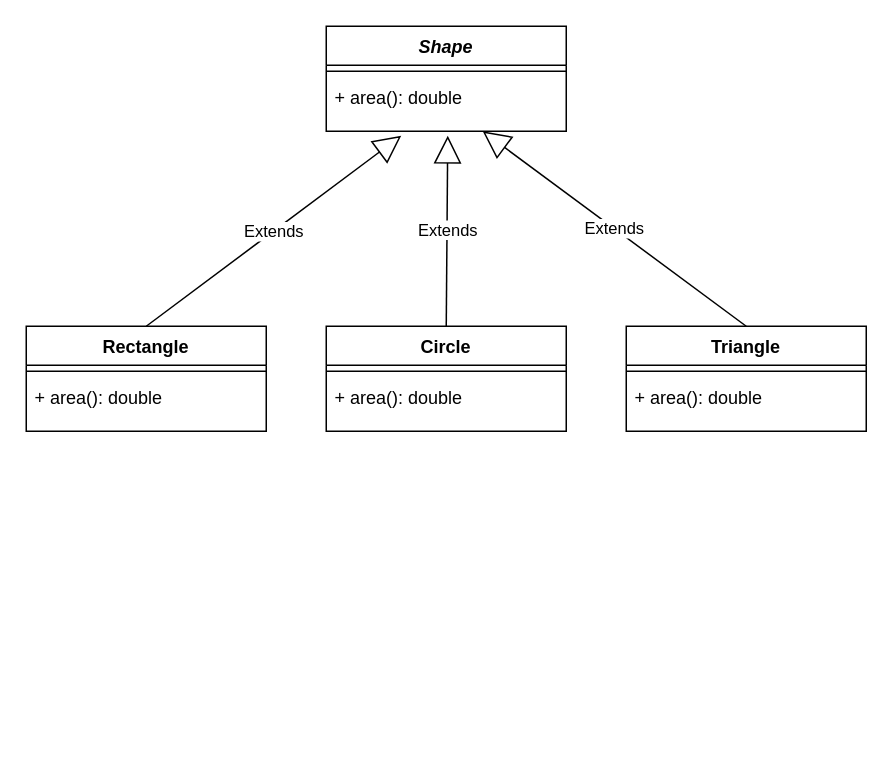
Before: page "Shapes" (1 of 2) of shapes.drawio in Comcave-OO-Programmierung/07_Abstract_Classes, a draw.io diagram. Source tidied: cells renumbered, new cells numbered last; positions are measured from the earlier drawing's top-left corner, leaving out a move shared by most shapes. Both pictures are drawn from the tidied source at 150%, with x=0, y=0 at pixel (26, 26).
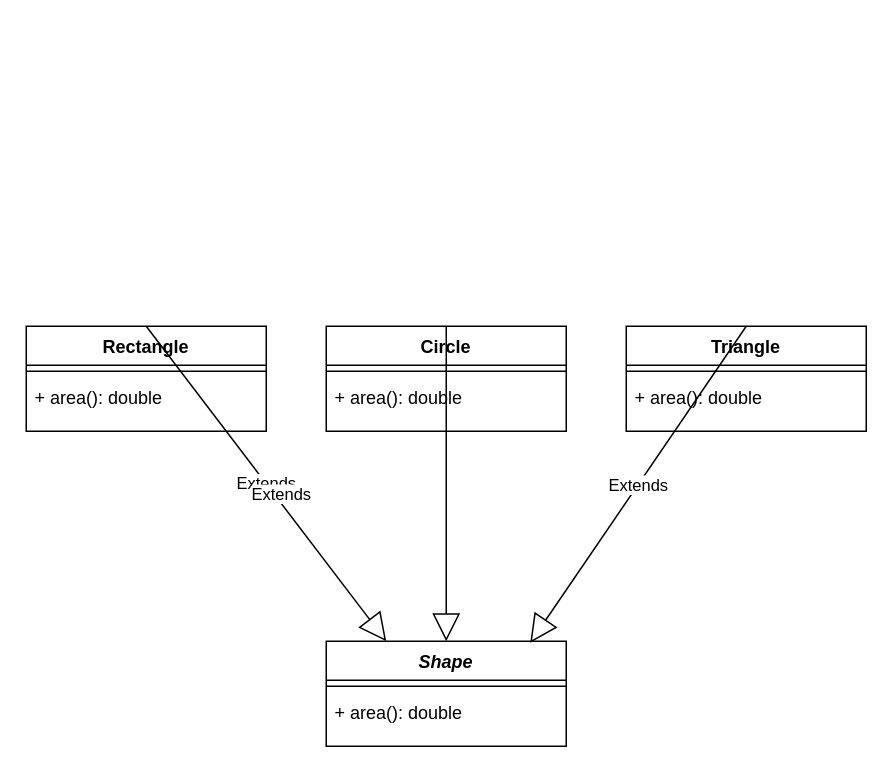
The same diagram, later.

The edit, as a diff of the source:
```diff
@@
 <mxGraphModel>
   <root>
     <mxCell id="0" />
     <mxCell id="1" parent="0" />
     <mxCell id="2" value="Shape" style="swimlane;fontStyle=3;align=center;verticalAlign=top;horizontal=1;startSize=26;" parent="1" vertex="1">
-      <mxGeometry x="200" width="160" height="70" as="geometry" />
+      <mxGeometry x="200" y="410" width="160" height="70" as="geometry" />
     </mxCell>
     <mxCell id="3" style="line;strokeWidth=1;fillColor=none;align=left;verticalAlign=middle;spacingTop=-1;spacingLeft=3;spacingRight=3;labelPosition=right;" parent="2" vertex="1">
       <mxGeometry y="26" width="160" height="8" as="geometry" />
     </mxCell>
     <mxCell id="4" value="+ area(): double" style="text;strokeColor=none;fillColor=none;align=left;verticalAlign=top;spacingLeft=4;spacingRight=4;overflow=hidden;points=[[0,0.5],[1,0.5]];portConstraint=eastwest;" parent="2" vertex="1">
       <mxGeometry y="34" width="160" height="36" as="geometry" />
     </mxCell>
     <mxCell id="5" value="Rectangle" style="swimlane;fontStyle=1;align=center;verticalAlign=top;horizontal=1;startSize=26;" parent="1" vertex="1">
       <mxGeometry y="200" width="160" height="70" as="geometry" />
     </mxCell>
     <mxCell id="6" style="line;strokeWidth=1;fillColor=none;align=left;verticalAlign=middle;spacingTop=-1;spacingLeft=3;spacingRight=3;labelPosition=right;" parent="5" vertex="1">
       <mxGeometry y="26" width="160" height="8" as="geometry" />
     </mxCell>
     <mxCell id="7" value="+ area(): double" style="text;strokeColor=none;fillColor=none;align=left;verticalAlign=top;spacingLeft=4;spacingRight=4;overflow=hidden;" parent="5" vertex="1">
       <mxGeometry y="34" width="160" height="36" as="geometry" />
     </mxCell>
     <mxCell id="8" value="Circle" style="swimlane;fontStyle=1;align=center;verticalAlign=top;horizontal=1;startSize=26;" parent="1" vertex="1">
       <mxGeometry x="200" y="200" width="160" height="70" as="geometry" />
     </mxCell>
     <mxCell id="9" style="line;strokeWidth=1;fillColor=none;align=left;verticalAlign=middle;spacingTop=-1;spacingLeft=3;spacingRight=3;labelPosition=right;" parent="8" vertex="1">
       <mxGeometry y="26" width="160" height="8" as="geometry" />
     </mxCell>
     <mxCell id="10" value="+ area(): double" style="text;strokeColor=none;fillColor=none;align=left;verticalAlign=top;spacingLeft=4;spacingRight=4;overflow=hidden;" parent="8" vertex="1">
       <mxGeometry y="34" width="160" height="36" as="geometry" />
     </mxCell>
     <mxCell id="11" value="Triangle" style="swimlane;fontStyle=1;align=center;verticalAlign=top;horizontal=1;startSize=26;" parent="1" vertex="1">
       <mxGeometry x="400" y="200" width="160" height="70" as="geometry" />
     </mxCell>
     <mxCell id="12" style="line;strokeWidth=1;fillColor=none;align=left;verticalAlign=middle;spacingTop=-1;spacingLeft=3;spacingRight=3;labelPosition=right;" parent="11" vertex="1">
       <mxGeometry y="26" width="160" height="8" as="geometry" />
     </mxCell>
     <mxCell id="13" value="+ area(): double" style="text;strokeColor=none;fillColor=none;align=left;verticalAlign=top;spacingLeft=4;spacingRight=4;overflow=hidden;" parent="11" vertex="1">
       <mxGeometry y="34" width="160" height="36" as="geometry" />
     </mxCell>
     <mxCell id="14" value="Extends" style="endArrow=block;endSize=16;endFill=0;html=1;exitX=0.5;exitY=0;exitDx=0;exitDy=0;" parent="1" edge="1" source="5">
       <mxGeometry relative="1" as="geometry">
-        <mxPoint x="250" y="73" as="targetPoint" />
+        <mxPoint x="240" y="410" as="targetPoint" />
       </mxGeometry>
     </mxCell>
     <mxCell id="15" value="Extends" style="endArrow=block;endSize=16;endFill=0;html=1;exitX=0.5;exitY=0;exitDx=0;exitDy=0;" parent="1" edge="1" source="8">
-      <mxGeometry relative="1" as="geometry">
-        <mxPoint x="281" y="73" as="targetPoint" />
+      <mxGeometry x="0.07" y="-110" relative="1" as="geometry">
+        <mxPoint x="280" y="410" as="targetPoint" />
+        <Array as="points">
+          <mxPoint x="280" y="390" />
+        </Array>
       </mxGeometry>
     </mxCell>
-    <mxCell id="16" value="Extends" style="endArrow=block;endSize=16;endFill=0;html=1;exitX=0.5;exitY=0;exitDx=0;exitDy=0;" parent="1" edge="1" source="11" target="4">
+    <mxCell id="16" value="Extends" style="endArrow=block;endSize=16;endFill=0;html=1;exitX=0.5;exitY=0;exitDx=0;exitDy=0;entryX=0.85;entryY=0.014;entryDx=0;entryDy=0;entryPerimeter=0;" parent="1" edge="1" source="11" target="2">
       <mxGeometry relative="1" as="geometry" />
     </mxCell>
   </root>
 </mxGraphModel>
```
